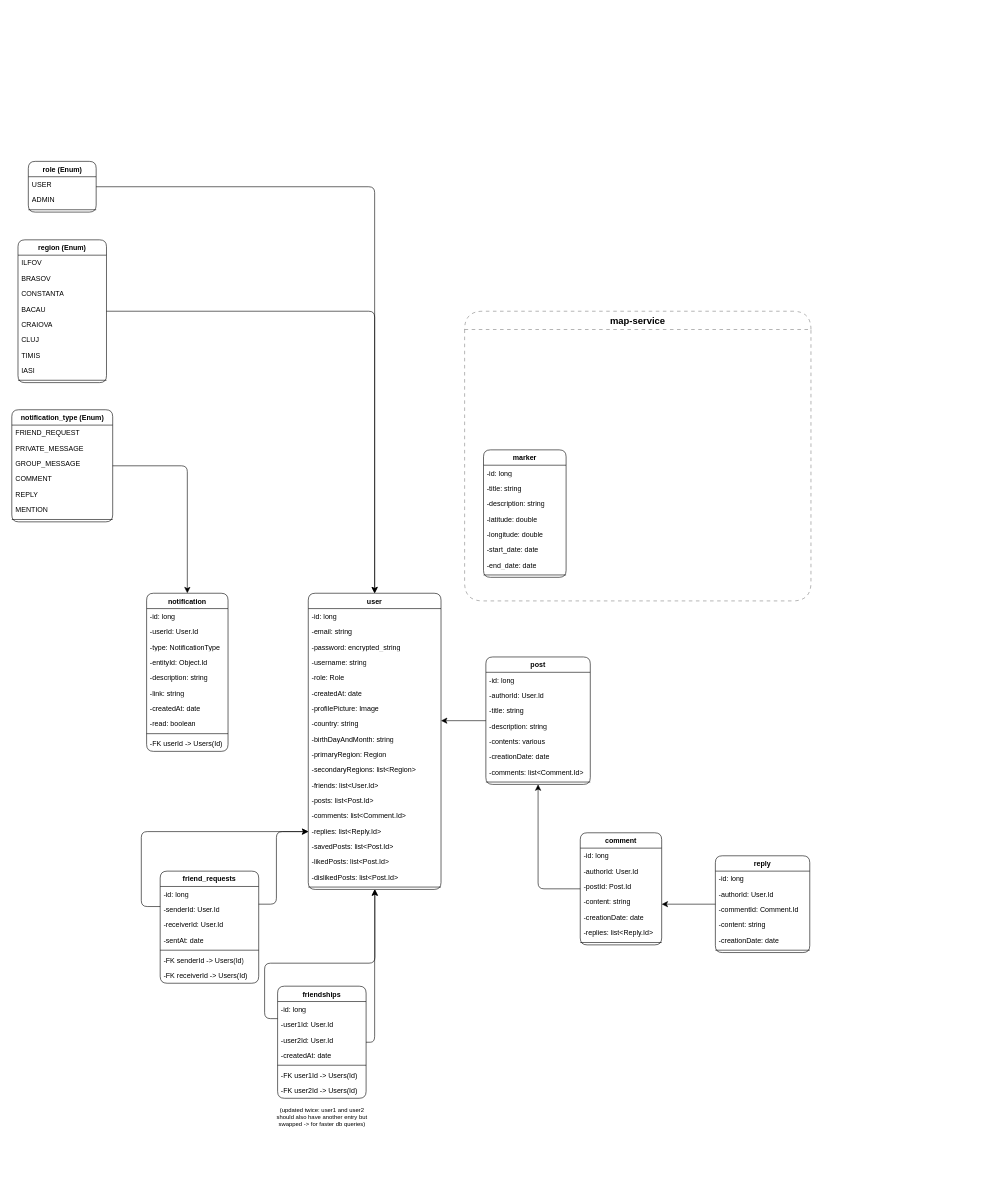
stevenstonie/iungoreal keeps this draw.io diagram as tasks and notes/class diagram for iungoreal.drawio. Above is the earlier version. Source tidied: cells renumbered, new cells numbered last; positions are measured from the earlier drawing's top-left corner, leaving out a move shared by most shapes. Both pictures are drawn from the tidied source at 59%, with x=0, y=0 at pixel (12, 161).
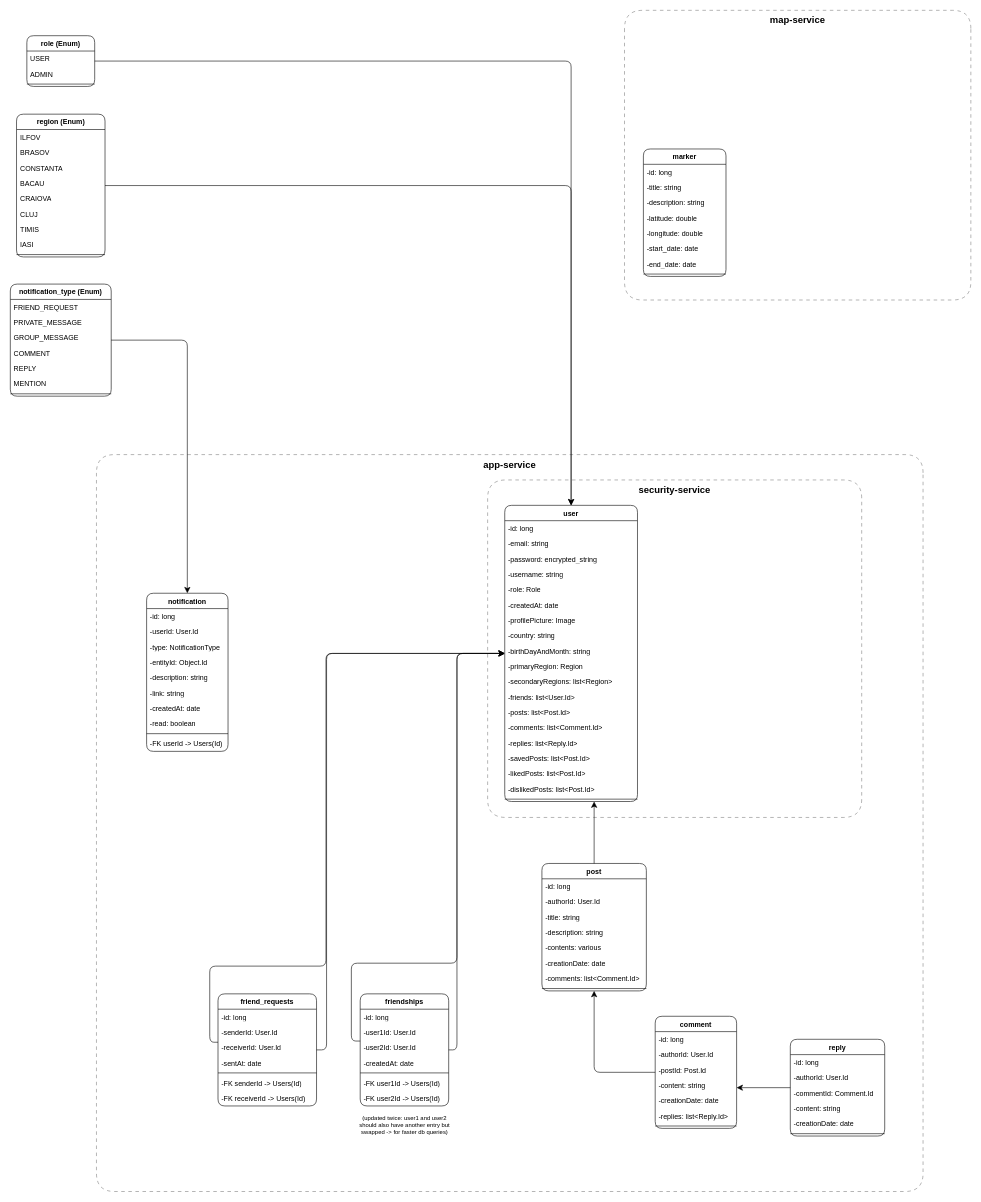
Above is the later version.

Commit message:
updated the diagram with rectangles for services

Change to the diagram source:
```diff
@@
     <mxCell id="2" value="user" style="swimlane;fontStyle=1;align=center;verticalAlign=top;horizontal=1;startSize=26;whiteSpace=wrap;html=1;rounded=1;glass=0;" parent="1" vertex="1">
-      <mxGeometry x="502" y="732" width="225" height="502" as="geometry" />
+      <mxGeometry x="835" y="583" width="225" height="502" as="geometry" />
     </mxCell>
@@
     <mxCell id="22" value="post" style="swimlane;fontStyle=1;align=center;verticalAlign=top;horizontal=1;startSize=26;whiteSpace=wrap;html=1;rounded=1;" parent="1" vertex="1">
-      <mxGeometry x="803" y="840" width="177" height="216" as="geometry" />
+      <mxGeometry x="898" y="1190" width="177" height="216" as="geometry" />
     </mxCell>
@@
     <mxCell id="31" value="comment" style="swimlane;fontStyle=1;align=center;verticalAlign=top;horizontal=1;startSize=26;whiteSpace=wrap;html=1;rounded=1;" parent="1" vertex="1">
-      <mxGeometry x="963" y="1138" width="138" height="190" as="geometry" />
+      <mxGeometry x="1090" y="1449" width="138" height="190" as="geometry" />
     </mxCell>
@@
     <mxCell id="39" value="reply" style="swimlane;fontStyle=1;align=center;verticalAlign=top;horizontal=1;startSize=26;whiteSpace=wrap;html=1;rounded=1;" parent="1" vertex="1">
-      <mxGeometry x="1192" y="1177" width="160" height="164" as="geometry" />
+      <mxGeometry x="1319" y="1488" width="160" height="164" as="geometry" />
     </mxCell>
@@
     <mxCell id="46" value="role (Enum)" style="swimlane;fontStyle=1;align=center;verticalAlign=top;horizontal=1;startSize=26;whiteSpace=wrap;html=1;rounded=1;" parent="1" vertex="1">
-      <mxGeometry x="27.5" width="115" height="86" as="geometry" />
+      <mxGeometry x="25" y="-213" width="115" height="86" as="geometry" />
     </mxCell>
@@
     <mxCell id="50" value="region (Enum)" style="swimlane;fontStyle=1;align=center;verticalAlign=top;horizontal=1;startSize=26;whiteSpace=wrap;html=1;rounded=1;" parent="1" vertex="1">
-      <mxGeometry x="10" y="133" width="150" height="242" as="geometry" />
+      <mxGeometry x="7.5" y="-80" width="150" height="242" as="geometry" />
     </mxCell>
@@
     <mxCell id="65" value="marker" style="swimlane;fontStyle=1;align=center;verticalAlign=top;horizontal=1;startSize=26;whiteSpace=wrap;html=1;rounded=1;" parent="1" vertex="1">
-      <mxGeometry x="799" y="489" width="140" height="216" as="geometry" />
+      <mxGeometry x="1070" y="-21" width="140" height="216" as="geometry" />
     </mxCell>
@@
     <mxCell id="74" value="friend_requests" style="swimlane;fontStyle=1;align=center;verticalAlign=top;horizontal=1;startSize=26;whiteSpace=wrap;html=1;rounded=1;" parent="1" vertex="1">
-      <mxGeometry x="251" y="1203" width="167" height="190" as="geometry" />
+      <mxGeometry x="349" y="1411" width="167" height="190" as="geometry" />
     </mxCell>
@@
     <mxCell id="82" value="friendships" style="swimlane;fontStyle=1;align=center;verticalAlign=top;horizontal=1;startSize=26;whiteSpace=wrap;html=1;rounded=1;" parent="1" vertex="1">
-      <mxGeometry x="450" y="1398" width="150" height="190" as="geometry" />
+      <mxGeometry x="590" y="1411" width="150" height="190" as="geometry" />
     </mxCell>
@@
     <mxCell id="90" value="(updated twice: user1 and user2 should also have another entry but swapped -&amp;gt; for faster db queries)" style="text;strokeColor=none;fillColor=none;html=1;align=center;verticalAlign=middle;whiteSpace=wrap;rounded=0;fontSize=10;spacing=2;" parent="1" vertex="1">
-      <mxGeometry x="443.5" y="1607" width="163" height="25" as="geometry" />
+      <mxGeometry x="583.5" y="1620" width="163" height="25" as="geometry" />
     </mxCell>
     <mxCell id="91" style="edgeStyle=segmentEdgeStyle;endArrow=classic;html=1;rounded=1;endSize=8;startSize=8;fontSize=12;" parent="1" edge="1" source="82" target="2">
-      <mxGeometry relative="1" as="geometry" />
+      <mxGeometry relative="1" as="geometry">
+        <Array as="points">
+          <mxPoint x="754" y="1506" />
+          <mxPoint x="754" y="834" />
+        </Array>
+      </mxGeometry>
     </mxCell>
     <mxCell id="92" style="edgeStyle=segmentEdgeStyle;endArrow=classic;html=1;rounded=1;endSize=8;startSize=8;fontSize=12;" parent="1" edge="1" source="82" target="2">
       <mxGeometry relative="1" as="geometry">
         <Array as="points">
-          <mxPoint x="428" y="1453" />
-          <mxPoint x="428" y="1359" />
-          <mxPoint x="615" y="1359" />
+          <mxPoint x="575" y="1491" />
+          <mxPoint x="575" y="1359" />
+          <mxPoint x="754" y="1359" />
+          <mxPoint x="754" y="834" />
         </Array>
       </mxGeometry>
     </mxCell>
-    <mxCell id="93" style="edgeStyle=segmentEdgeStyle;endArrow=classic;html=1;rounded=1;endSize=8;startSize=8;fontSize=12;" parent="1" edge="1" source="74" target="2">
+    <mxCell id="93" style="edgeStyle=elbowEdgeStyle;endArrow=classic;html=1;rounded=1;endSize=8;startSize=8;fontSize=12;" parent="1" edge="1" source="74" target="2">
       <mxGeometry relative="1" as="geometry">
         <Array as="points">
-          <mxPoint x="448" y="1259" />
-          <mxPoint x="448" y="1136" />
+          <mxPoint x="533" y="834" />
         </Array>
       </mxGeometry>
     </mxCell>
     <mxCell id="94" style="edgeStyle=segmentEdgeStyle;endArrow=classic;html=1;rounded=1;endSize=8;startSize=8;fontSize=12;" parent="1" edge="1" source="74" target="2">
       <mxGeometry relative="1" as="geometry">
         <Array as="points">
-          <mxPoint x="219" y="1263" />
-          <mxPoint x="219" y="1136" />
+          <mxPoint x="335" y="1493" />
+          <mxPoint x="335" y="1364" />
+          <mxPoint x="532" y="1364" />
+          <mxPoint x="532" y="834" />
         </Array>
       </mxGeometry>
     </mxCell>
@@
     <mxCell id="106" value="notification_type (Enum)" style="swimlane;fontStyle=1;align=center;verticalAlign=top;horizontal=1;startSize=26;whiteSpace=wrap;html=1;rounded=1;" parent="1" vertex="1">
-      <mxGeometry x="-0.5" y="421" width="171" height="190" as="geometry" />
+      <mxGeometry x="-3" y="208" width="171" height="190" as="geometry" />
     </mxCell>
@@
-    <mxCell id="115" value="map-service" style="swimlane;fontSize=16;startSize=31;dashed=1;dashPattern=12 12;strokeWidth=0.5;fillColor=none;swimlaneLine=1;rounded=1;arcSize=50;" parent="1" vertex="1">
-      <mxGeometry x="767" y="254" width="587" height="491" as="geometry" />
+    <mxCell id="115" value="map-service" style="swimlane;fontSize=16;startSize=31;dashed=1;dashPattern=12 12;strokeWidth=0.5;fillColor=none;swimlaneLine=0;rounded=1;arcSize=50;" parent="1" vertex="1">
+      <mxGeometry x="1038" y="-256" width="587" height="491" as="geometry" />
     </mxCell>
+    <mxCell id="116" value="security-service" style="swimlane;fontSize=16;startSize=31;dashed=1;dashPattern=12 12;strokeWidth=0.5;fillColor=none;swimlaneLine=0;rounded=1;arcSize=50;" parent="1" vertex="1">
+      <mxGeometry x="806" y="540" width="634" height="572" as="geometry" />
+    </mxCell>
+    <mxCell id="117" value="app-service" style="swimlane;fontSize=16;startSize=31;dashed=1;dashPattern=12 12;strokeWidth=0.5;fillColor=none;swimlaneLine=0;rounded=1;arcSize=50;" parent="1" vertex="1">
+      <mxGeometry x="143" y="497" width="1401" height="1249" as="geometry" />
+    </mxCell>
```
